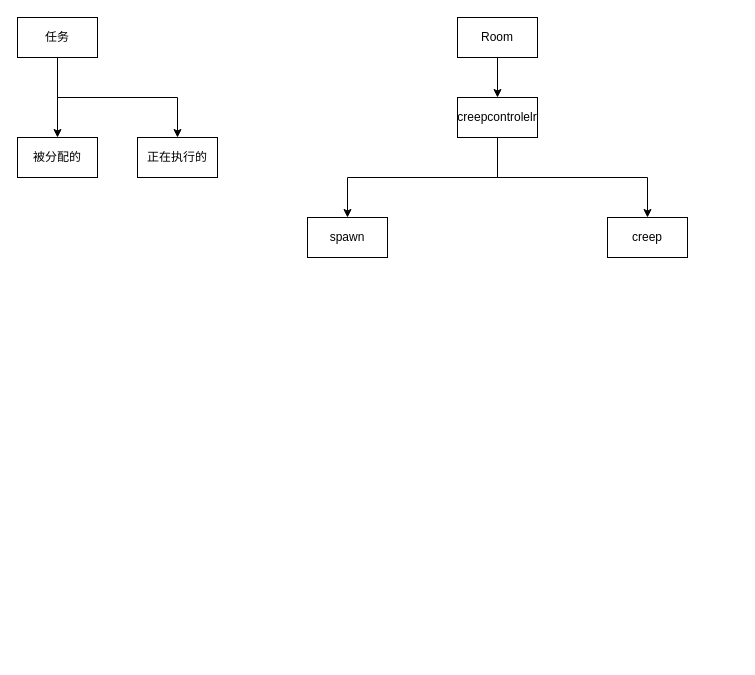
Earlier version of the draw.io diagram task.drawio (asurance/screeps-ai). Source tidied: cells renumbered, new cells numbered last; positions are measured from the earlier drawing's top-left corner, leaving out a move shared by most shapes. Both pictures are drawn from the tidied source at 100%, with x=0, y=0 at pixel (17, 17).
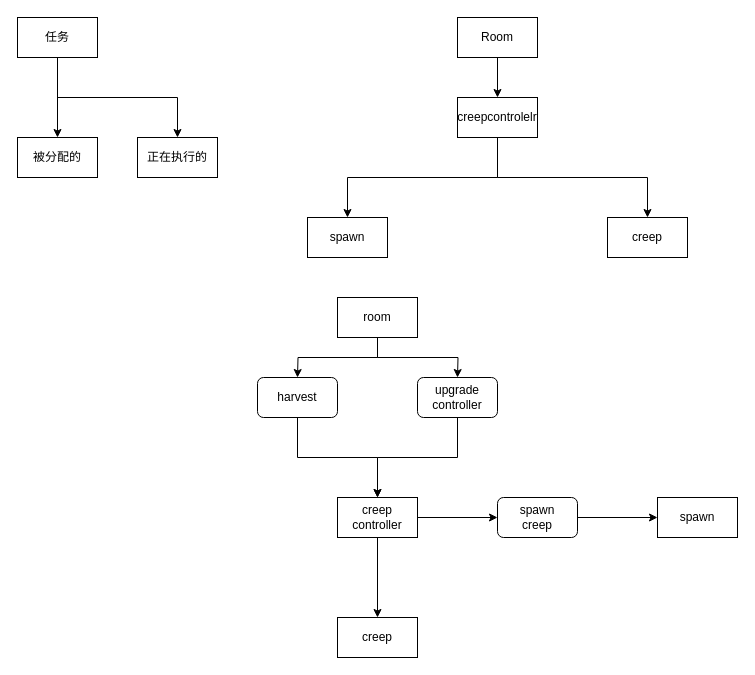
Above is the later version.

The edit, as a diff of the source:
```diff
@@
+    <mxCell id="14" style="edgeStyle=orthogonalEdgeStyle;rounded=0;jettySize=auto;html=1;exitX=0.5;exitY=1;exitDx=0;exitDy=0;" parent="1" edge="1" source="16">
+      <mxGeometry relative="1" as="geometry">
+        <mxPoint x="280" y="360" as="targetPoint" />
+      </mxGeometry>
+    </mxCell>
+    <mxCell id="15" style="edgeStyle=orthogonalEdgeStyle;rounded=0;jettySize=auto;html=1;exitX=0.5;exitY=1;exitDx=0;exitDy=0;entryX=0.5;entryY=0;entryDx=0;entryDy=0;" parent="1" edge="1" source="16">
+      <mxGeometry relative="1" as="geometry">
+        <mxPoint x="440" y="360" as="targetPoint" />
+      </mxGeometry>
+    </mxCell>
+    <mxCell id="16" value="room" style="rounded=0;whiteSpace=wrap;html=1;" parent="1" vertex="1">
+      <mxGeometry x="320" y="280" width="80" height="40" as="geometry" />
+    </mxCell>
+    <mxCell id="17" style="edgeStyle=orthogonalEdgeStyle;rounded=0;jettySize=auto;html=1;exitX=1;exitY=0.5;exitDx=0;exitDy=0;" parent="1" edge="1" source="19" target="26">
+      <mxGeometry relative="1" as="geometry" />
+    </mxCell>
+    <mxCell id="18" style="edgeStyle=orthogonalEdgeStyle;rounded=0;jettySize=auto;html=1;exitX=0.5;exitY=1;exitDx=0;exitDy=0;entryX=0.5;entryY=0;entryDx=0;entryDy=0;" parent="1" edge="1" source="19" target="27">
+      <mxGeometry relative="1" as="geometry" />
+    </mxCell>
+    <mxCell id="19" value="creep&lt;br&gt;controller" style="rounded=0;whiteSpace=wrap;html=1;" parent="1" vertex="1">
+      <mxGeometry x="320" y="480" width="80" height="40" as="geometry" />
+    </mxCell>
+    <mxCell id="20" style="edgeStyle=orthogonalEdgeStyle;rounded=0;jettySize=auto;html=1;exitX=0.5;exitY=1;exitDx=0;exitDy=0;entryX=0.5;entryY=0;entryDx=0;entryDy=0;" parent="1" edge="1" source="21" target="19">
+      <mxGeometry relative="1" as="geometry" />
+    </mxCell>
+    <mxCell id="21" value="harvest" style="rounded=1;whiteSpace=wrap;html=1;" parent="1" vertex="1">
+      <mxGeometry x="240" y="360" width="80" height="40" as="geometry" />
+    </mxCell>
+    <mxCell id="22" style="edgeStyle=orthogonalEdgeStyle;rounded=0;jettySize=auto;html=1;exitX=0.5;exitY=1;exitDx=0;exitDy=0;entryX=0.5;entryY=0;entryDx=0;entryDy=0;" parent="1" edge="1" source="23" target="19">
+      <mxGeometry relative="1" as="geometry" />
+    </mxCell>
+    <mxCell id="23" value="upgrade&lt;br&gt;controller" style="rounded=1;whiteSpace=wrap;html=1;" parent="1" vertex="1">
+      <mxGeometry x="400" y="360" width="80" height="40" as="geometry" />
+    </mxCell>
+    <mxCell id="24" value="spawn" style="rounded=0;whiteSpace=wrap;html=1;" parent="1" vertex="1">
+      <mxGeometry x="640" y="480" width="80" height="40" as="geometry" />
+    </mxCell>
+    <mxCell id="25" style="edgeStyle=orthogonalEdgeStyle;rounded=0;jettySize=auto;html=1;exitX=1;exitY=0.5;exitDx=0;exitDy=0;" parent="1" edge="1" source="26" target="24">
+      <mxGeometry relative="1" as="geometry" />
+    </mxCell>
+    <mxCell id="26" value="spawn&lt;br&gt;creep" style="rounded=1;whiteSpace=wrap;html=1;" parent="1" vertex="1">
+      <mxGeometry x="480" y="480" width="80" height="40" as="geometry" />
+    </mxCell>
+    <mxCell id="27" value="creep" style="rounded=0;whiteSpace=wrap;html=1;" parent="1" vertex="1">
+      <mxGeometry x="320" y="600" width="80" height="40" as="geometry" />
+    </mxCell>
```
